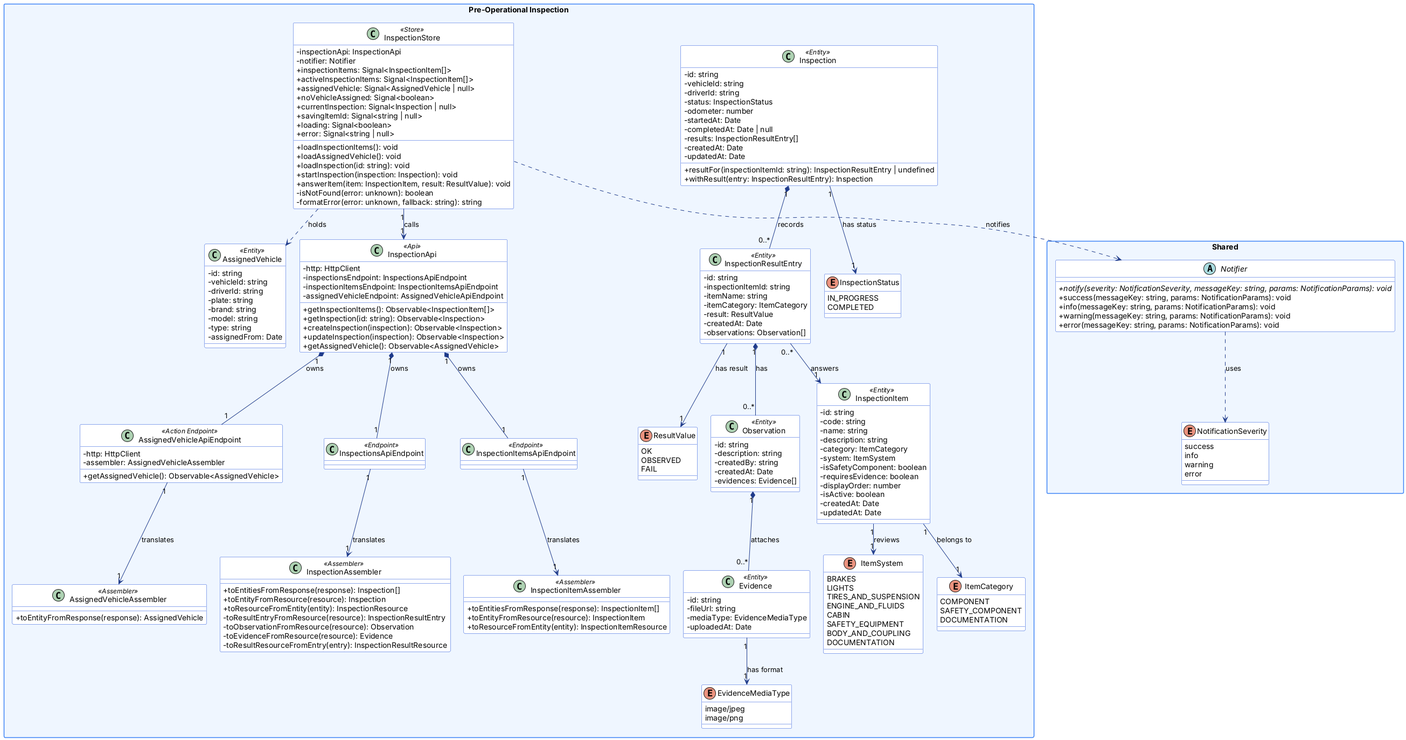
The PlantUML diagram report/assets/Software-Object-Oriented-Design/frontend-class-pre-operational-inspection.png in 1ASI0729-2620-16692-BitMeisters/fleet-safe-report, before a commit.
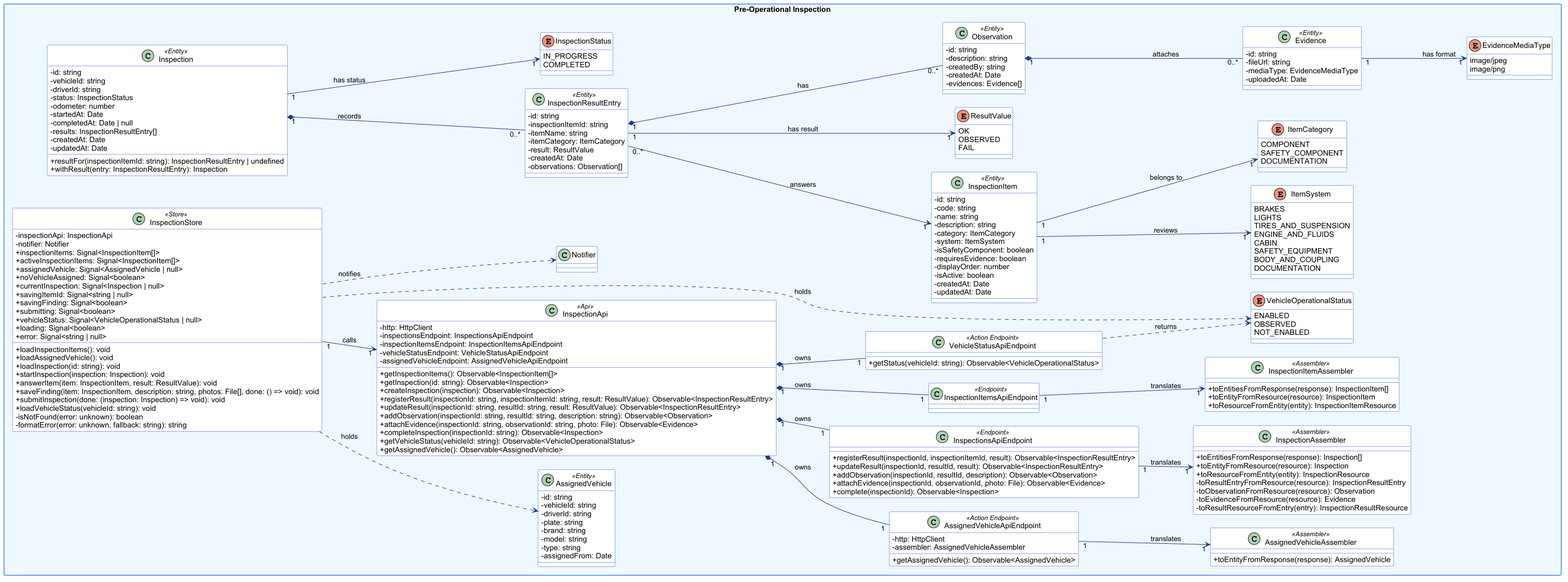
Later version of the same file.

Commit message:
docs(report): update frontend class diagrams to match code 0.6.0

What changed in the source:
```diff
@@ -14,23 +14,7 @@
   BackgroundColor #eff6ff
   BorderColor #3b82f6
 }
-top to bottom direction
-package "Shared" {
-  abstract class Notifier {
-    + {abstract} notify(severity: NotificationSeverity, messageKey: string, params: NotificationParams): void
-    + success(messageKey: string, params: NotificationParams): void
-    + info(messageKey: string, params: NotificationParams): void
-    + warning(messageKey: string, params: NotificationParams): void
-    + error(messageKey: string, params: NotificationParams): void
-  }
-  enum NotificationSeverity {
-    success
-    info
-    warning
-    error
-  }
-  Notifier ..> NotificationSeverity : uses
-}
+left to right direction
 
 package "Pre-Operational Inspection" {
   class Inspection <<Entity>> {
@@ -130,6 +114,9 @@
       + noVehicleAssigned: Signal<boolean>
       + currentInspection: Signal<Inspection | null>
       + savingItemId: Signal<string | null>
+      + savingFinding: Signal<boolean>
+      + submitting: Signal<boolean>
+      + vehicleStatus: Signal<VehicleOperationalStatus | null>
       + loading: Signal<boolean>
       + error: Signal<string | null>
       + loadInspectionItems(): void
@@ -137,6 +124,9 @@
       + loadInspection(id: string): void
       + startInspection(inspection: Inspection): void
       + answerItem(item: InspectionItem, result: ResultValue): void
+      + saveFinding(item: InspectionItem, description: string, photos: File[], done: () => void): void
+      + submitInspection(done: (inspection: Inspection) => void): void
+      + loadVehicleStatus(vehicleId: string): void
       - isNotFound(error: unknown): boolean
       - formatError(error: unknown, fallback: string): string
   }
@@ -144,16 +134,35 @@
       - http: HttpClient
       - inspectionsEndpoint: InspectionsApiEndpoint
       - inspectionItemsEndpoint: InspectionItemsApiEndpoint
+      - vehicleStatusEndpoint: VehicleStatusApiEndpoint
       - assignedVehicleEndpoint: AssignedVehicleApiEndpoint
       + getInspectionItems(): Observable<InspectionItem[]>
       + getInspection(id: string): Observable<Inspection>
       + createInspection(inspection): Observable<Inspection>
-      + updateInspection(inspection): Observable<Inspection>
+      + registerResult(inspectionId: string, inspectionItemId: string, result: ResultValue): Observable<InspectionResultEntry>
+      + updateResult(inspectionId: string, resultId: string, result: ResultValue): Observable<InspectionResultEntry>
+      + addObservation(inspectionId: string, resultId: string, description: string): Observable<Observation>
+      + attachEvidence(inspectionId: string, observationId: string, photo: File): Observable<Evidence>
+      + completeInspection(inspectionId: string): Observable<Inspection>
+      + getVehicleStatus(vehicleId: string): Observable<VehicleOperationalStatus>
       + getAssignedVehicle(): Observable<AssignedVehicle>
   }
   class InspectionsApiEndpoint <<Endpoint>> {
+      + registerResult(inspectionId, inspectionItemId, result): Observable<InspectionResultEntry>
+      + updateResult(inspectionId, resultId, result): Observable<InspectionResultEntry>
+      + addObservation(inspectionId, resultId, description): Observable<Observation>
+      + attachEvidence(inspectionId, observationId, photo: File): Observable<Evidence>
+      + complete(inspectionId): Observable<Inspection>
   }
   class InspectionItemsApiEndpoint <<Endpoint>> {
+  }
+  class VehicleStatusApiEndpoint <<Action Endpoint>> {
+      + getStatus(vehicleId: string): Observable<VehicleOperationalStatus>
+  }
+  enum VehicleOperationalStatus {
+      ENABLED
+      OBSERVED
+      NOT_ENABLED
   }
   class AssignedVehicleApiEndpoint <<Action Endpoint>> {
       - http: HttpClient
@@ -190,7 +199,10 @@
   InspectionStore ..> Notifier : notifies
   InspectionApi "1" *-- "1" InspectionsApiEndpoint : owns
   InspectionApi "1" *-- "1" InspectionItemsApiEndpoint : owns
+  InspectionApi "1" *-- "1" VehicleStatusApiEndpoint : owns
   InspectionApi "1" *-- "1" AssignedVehicleApiEndpoint : owns
+  VehicleStatusApiEndpoint ..> VehicleOperationalStatus : returns
+  InspectionStore ..> VehicleOperationalStatus : holds
   InspectionsApiEndpoint "1" --> "1" InspectionAssembler : translates
   InspectionItemsApiEndpoint "1" --> "1" InspectionItemAssembler : translates
   AssignedVehicleApiEndpoint "1" --> "1" AssignedVehicleAssembler : translates
```
